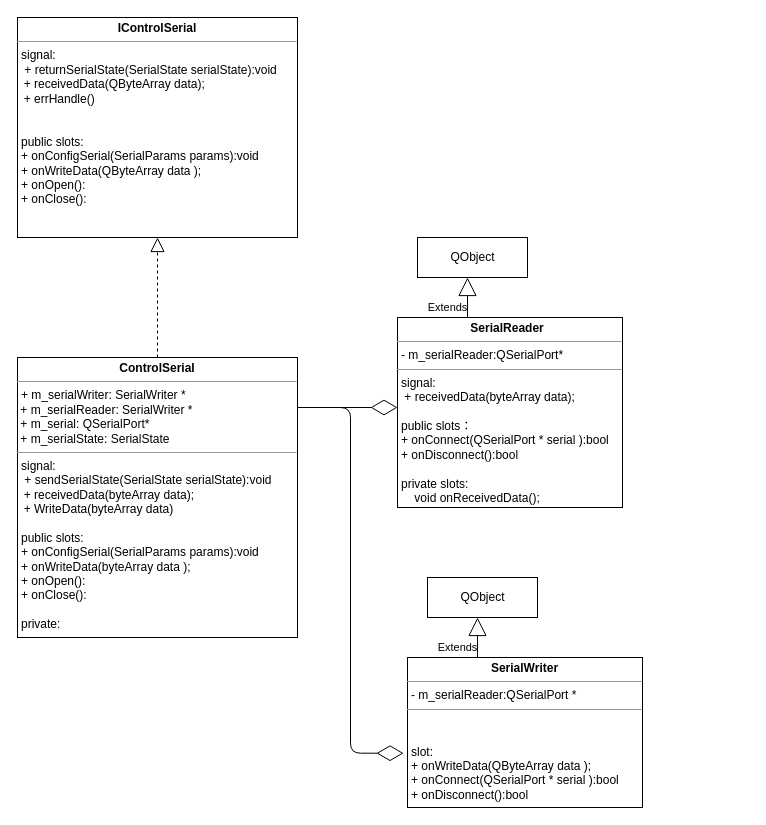
Above: uml/serial.drawio in yntense/serial (draw.io), before the change. Source tidied: cells renumbered, new cells numbered last; positions are measured from the earlier drawing's top-left corner, leaving out a move shared by most shapes. Both pictures are drawn from the tidied source at 100%, with x=0, y=0 at pixel (17, 17).
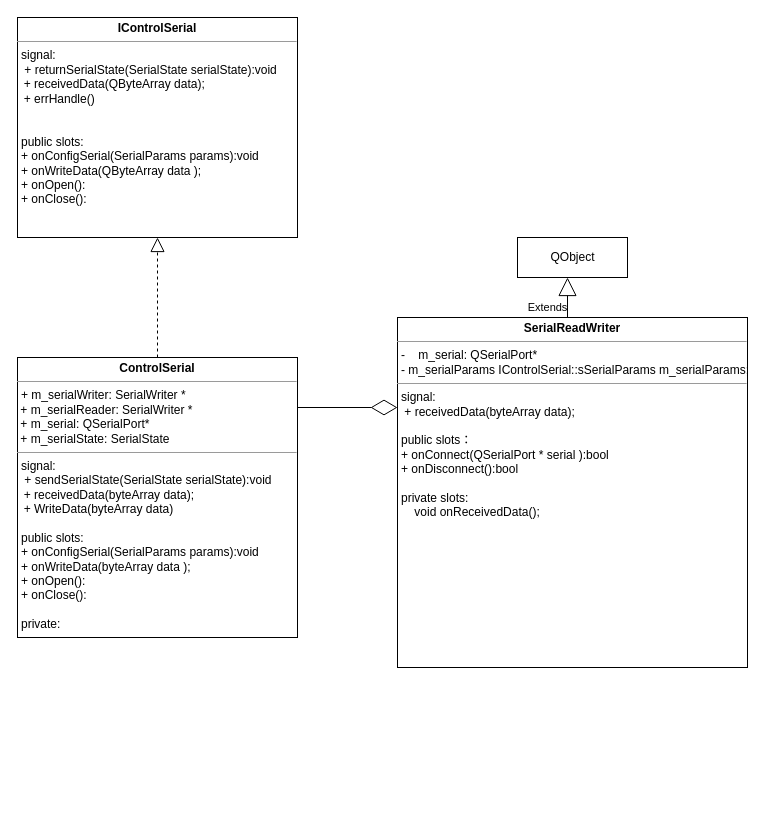
The same page after the edit.

What changed in the source:
```diff
@@
 <mxGraphModel>
   <root>
     <mxCell id="0" />
     <mxCell id="1" parent="0" />
-    <mxCell id="2" value="&lt;p style=&quot;margin: 0px ; margin-top: 4px ; text-align: center&quot;&gt;&lt;b&gt;SerialWriter&lt;/b&gt;&lt;br&gt;&lt;/p&gt;&lt;hr size=&quot;1&quot;&gt;&lt;p style=&quot;margin: 0px ; margin-left: 4px&quot;&gt;- m_serialReader:QSerialPort *&amp;nbsp;&lt;/p&gt;&lt;hr size=&quot;1&quot;&gt;&lt;p style=&quot;margin: 0px ; margin-left: 4px&quot;&gt;&lt;br&gt;&lt;/p&gt;&lt;p style=&quot;margin: 0px ; margin-left: 4px&quot;&gt;&lt;br&gt;&lt;/p&gt;&lt;p style=&quot;margin: 0px 0px 0px 4px&quot;&gt;slot:&lt;/p&gt;&lt;p style=&quot;margin: 0px 0px 0px 4px&quot;&gt;+ onWriteData(QByteArray data&amp;nbsp;&lt;span&gt;);&lt;/span&gt;&lt;/p&gt;&lt;p style=&quot;margin: 0px 0px 0px 4px&quot;&gt;+ onConnect(QSerialPort * serial&amp;nbsp;):bool&lt;/p&gt;&lt;p style=&quot;margin: 0px 0px 0px 4px&quot;&gt;+ onDisconnect():bool&lt;/p&gt;" style="verticalAlign=top;align=left;overflow=fill;fontSize=12;fontFamily=Helvetica;html=1;" parent="1" vertex="1">
-      <mxGeometry x="390" y="640" width="235" height="150" as="geometry" />
-    </mxCell>
-    <mxCell id="3" value="Extends" style="endArrow=block;endSize=16;endFill=0;html=1;" parent="1" edge="1">
-      <mxGeometry x="-0.5" y="20" relative="1" as="geometry">
-        <mxPoint x="460" y="640" as="sourcePoint" />
-        <mxPoint x="460" y="600" as="targetPoint" />
-      </mxGeometry>
-    </mxCell>
-    <mxCell id="4" value="QObject" style="html=1;" parent="1" vertex="1">
-      <mxGeometry x="410" y="560" width="110" height="40" as="geometry" />
-    </mxCell>
     <mxCell id="5" value="&lt;p style=&quot;margin: 0px ; margin-top: 4px ; text-align: center&quot;&gt;&lt;b&gt;IControlSerial&lt;/b&gt;&lt;/p&gt;&lt;hr size=&quot;1&quot;&gt;&lt;p style=&quot;margin: 0px ; margin-left: 4px&quot;&gt;&lt;/p&gt;&lt;p style=&quot;margin: 0px ; margin-left: 4px&quot;&gt;signal:&lt;/p&gt;&lt;p style=&quot;margin: 0px ; margin-left: 4px&quot;&gt;&amp;nbsp;+ returnSerialState(SerialState serialState):void&lt;/p&gt;&amp;nbsp; + receivedData(QByteArray data);&lt;br&gt;&amp;nbsp; + errHandle()&lt;br&gt;&lt;br&gt;&lt;p style=&quot;margin: 0px ; margin-left: 4px&quot;&gt;&lt;br&gt;&lt;/p&gt;&lt;p style=&quot;margin: 0px ; margin-left: 4px&quot;&gt;public slots:&lt;/p&gt;&lt;p style=&quot;margin: 0px ; margin-left: 4px&quot;&gt;+ onConfigSerial(SerialParams params):void&lt;/p&gt;&lt;p style=&quot;margin: 0px ; margin-left: 4px&quot;&gt;+ onWriteData(QByteArray data&amp;nbsp;);&lt;br&gt;&lt;/p&gt;&lt;p style=&quot;margin: 0px ; margin-left: 4px&quot;&gt;+ onOpen():&lt;/p&gt;&lt;p style=&quot;margin: 0px ; margin-left: 4px&quot;&gt;+ onClose():&lt;/p&gt;&lt;p style=&quot;margin: 0px ; margin-left: 4px&quot;&gt;&lt;br&gt;&lt;/p&gt;&lt;p style=&quot;margin: 0px ; margin-left: 4px&quot;&gt;&lt;br&gt;&lt;/p&gt;" style="verticalAlign=top;align=left;overflow=fill;fontSize=12;fontFamily=Helvetica;html=1;" parent="1" vertex="1">
       <mxGeometry width="280" height="220" as="geometry" />
     </mxCell>
-    <mxCell id="6" value="&lt;p style=&quot;margin: 0px ; margin-top: 4px ; text-align: center&quot;&gt;&lt;/p&gt;&lt;b style=&quot;text-align: center&quot;&gt;&amp;nbsp; &amp;nbsp; &amp;nbsp; &amp;nbsp; &amp;nbsp; &amp;nbsp; &amp;nbsp; &amp;nbsp; &amp;nbsp; &amp;nbsp; &amp;nbsp; SerialReader&lt;/b&gt;&lt;hr size=&quot;1&quot;&gt;&lt;p style=&quot;margin: 0px ; margin-left: 4px&quot;&gt;- m_serialReader:QSerialPort*&amp;nbsp;&lt;/p&gt;&lt;hr size=&quot;1&quot;&gt;&lt;p style=&quot;margin: 0px ; margin-left: 4px&quot;&gt;signal:&lt;/p&gt;&lt;p style=&quot;margin: 0px ; margin-left: 4px&quot;&gt;&amp;nbsp;+ receivedData(byteArray data);&lt;/p&gt;&lt;p style=&quot;margin: 0px ; margin-left: 4px&quot;&gt;&lt;br&gt;&lt;/p&gt;&lt;p style=&quot;margin: 0px ; margin-left: 4px&quot;&gt;public slots：&lt;/p&gt;&lt;p style=&quot;margin: 0px ; margin-left: 4px&quot;&gt;+ onConnect(QSerialPort * serial&amp;nbsp;&lt;span&gt;):bool&lt;/span&gt;&lt;/p&gt;&lt;p style=&quot;margin: 0px ; margin-left: 4px&quot;&gt;+ onDisconnect():bool&lt;/p&gt;&lt;p style=&quot;margin: 0px ; margin-left: 4px&quot;&gt;&lt;br&gt;&lt;/p&gt;&lt;p style=&quot;margin: 0px ; margin-left: 4px&quot;&gt;private slots:&lt;/p&gt;&lt;p style=&quot;margin: 0px ; margin-left: 4px&quot;&gt;&amp;nbsp; &amp;nbsp; void onReceivedData();&lt;/p&gt;&lt;p style=&quot;margin: 0px ; margin-left: 4px&quot;&gt;&lt;br&gt;&lt;/p&gt;" style="verticalAlign=top;align=left;overflow=fill;fontSize=12;fontFamily=Helvetica;html=1;" parent="1" vertex="1">
-      <mxGeometry x="380" y="300" width="225" height="190" as="geometry" />
+    <mxCell id="6" value="&lt;p style=&quot;margin: 0px ; margin-top: 4px ; text-align: center&quot;&gt;&lt;/p&gt;&lt;b&gt;&lt;div style=&quot;text-align: center&quot;&gt;&lt;b&gt;SerialReadWriter&lt;/b&gt;&lt;/div&gt;&lt;/b&gt;&lt;hr size=&quot;1&quot; style=&quot;text-align: center&quot;&gt;&lt;p style=&quot;margin: 0px 0px 0px 4px&quot;&gt;-&amp;nbsp;&lt;span&gt;&amp;nbsp; &amp;nbsp;m_serial: QSerialPort*&amp;nbsp;&lt;/span&gt;&lt;/p&gt;&lt;p style=&quot;margin: 0px ; margin-left: 4px&quot;&gt;- m_serialParams IControlSerial::sSerialParams m_serialParams;&lt;/p&gt;&lt;hr size=&quot;1&quot;&gt;&lt;p style=&quot;margin: 0px ; margin-left: 4px&quot;&gt;signal:&lt;/p&gt;&lt;p style=&quot;margin: 0px ; margin-left: 4px&quot;&gt;&amp;nbsp;+ receivedData(byteArray data);&lt;/p&gt;&lt;p style=&quot;margin: 0px ; margin-left: 4px&quot;&gt;&lt;br&gt;&lt;/p&gt;&lt;p style=&quot;margin: 0px ; margin-left: 4px&quot;&gt;public slots：&lt;/p&gt;&lt;p style=&quot;margin: 0px ; margin-left: 4px&quot;&gt;+ onConnect(QSerialPort * serial&amp;nbsp;&lt;span&gt;):bool&lt;/span&gt;&lt;/p&gt;&lt;p style=&quot;margin: 0px ; margin-left: 4px&quot;&gt;+ onDisconnect():bool&lt;/p&gt;&lt;p style=&quot;margin: 0px ; margin-left: 4px&quot;&gt;&lt;br&gt;&lt;/p&gt;&lt;p style=&quot;margin: 0px ; margin-left: 4px&quot;&gt;private slots:&lt;/p&gt;&lt;p style=&quot;margin: 0px ; margin-left: 4px&quot;&gt;&amp;nbsp; &amp;nbsp; void onReceivedData();&lt;/p&gt;&lt;p style=&quot;margin: 0px ; margin-left: 4px&quot;&gt;&lt;br&gt;&lt;/p&gt;" style="verticalAlign=top;align=left;overflow=fill;fontSize=12;fontFamily=Helvetica;html=1;" parent="1" vertex="1">
+      <mxGeometry x="380" y="300" width="350" height="350" as="geometry" />
     </mxCell>
     <mxCell id="7" value="Extends" style="endArrow=block;endSize=16;endFill=0;html=1;" parent="1" edge="1">
       <mxGeometry x="-0.5" y="20" relative="1" as="geometry">
-        <mxPoint x="450" y="300" as="sourcePoint" />
-        <mxPoint x="450" y="260" as="targetPoint" />
+        <mxPoint x="550" y="300" as="sourcePoint" />
+        <mxPoint x="550" y="260" as="targetPoint" />
       </mxGeometry>
     </mxCell>
     <mxCell id="8" value="QObject" style="html=1;" parent="1" vertex="1">
-      <mxGeometry x="400" y="220" width="110" height="40" as="geometry" />
+      <mxGeometry x="500" y="220" width="110" height="40" as="geometry" />
     </mxCell>
     <mxCell id="9" value="&lt;p style=&quot;margin: 0px ; margin-top: 4px ; text-align: center&quot;&gt;&lt;b&gt;ControlSerial&lt;/b&gt;&lt;/p&gt;&lt;hr size=&quot;1&quot;&gt;&lt;p style=&quot;margin: 0px ; margin-left: 4px&quot;&gt;+ m_serialWriter: SerialWriter *&lt;/p&gt;&amp;nbsp;+ m_serialReader: SerialWriter *&lt;br&gt;&amp;nbsp;+ m_serial: QSerialPort*&lt;br&gt;&amp;nbsp;+ m_serialState: SerialState&lt;br&gt;&lt;hr size=&quot;1&quot;&gt;&lt;p style=&quot;margin: 0px ; margin-left: 4px&quot;&gt;signal:&lt;/p&gt;&lt;p style=&quot;margin: 0px ; margin-left: 4px&quot;&gt;&amp;nbsp;+ sendSerialState(SerialState serialState):void&lt;/p&gt;&amp;nbsp; + receivedData(byteArray data);&lt;br&gt;&amp;nbsp; + WriteData(byteArray data)&lt;br&gt;&lt;p style=&quot;margin: 0px ; margin-left: 4px&quot;&gt;&lt;br&gt;&lt;/p&gt;&lt;p style=&quot;margin: 0px ; margin-left: 4px&quot;&gt;public slots:&lt;/p&gt;&lt;p style=&quot;margin: 0px ; margin-left: 4px&quot;&gt;+ onConfigSerial(SerialParams params):void&lt;/p&gt;&lt;p style=&quot;margin: 0px ; margin-left: 4px&quot;&gt;+ onWriteData(byteArray data&amp;nbsp;);&lt;br&gt;&lt;/p&gt;&lt;p style=&quot;margin: 0px ; margin-left: 4px&quot;&gt;+ onOpen():&lt;/p&gt;&lt;p style=&quot;margin: 0px ; margin-left: 4px&quot;&gt;+ onClose():&lt;br&gt;&lt;/p&gt;&lt;p style=&quot;margin: 0px ; margin-left: 4px&quot;&gt;&lt;br&gt;&lt;/p&gt;&lt;p style=&quot;margin: 0px ; margin-left: 4px&quot;&gt;private:&lt;/p&gt;&lt;p style=&quot;margin: 0px ; margin-left: 4px&quot;&gt;&lt;br&gt;&lt;/p&gt;&lt;p style=&quot;margin: 0px ; margin-left: 4px&quot;&gt;&lt;br&gt;&lt;/p&gt;" style="verticalAlign=top;align=left;overflow=fill;fontSize=12;fontFamily=Helvetica;html=1;" parent="1" vertex="1">
       <mxGeometry y="340" width="280" height="280" as="geometry" />
     </mxCell>
     <mxCell id="10" style="endArrow=block;dashed=1;endFill=0;endSize=12;html=1;entryX=0.5;entryY=1;entryDx=0;entryDy=0;exitX=0.5;exitY=0;exitDx=0;exitDy=0;" parent="1" edge="1" source="9" target="5">
       <mxGeometry relative="1" as="geometry" />
     </mxCell>
     <mxCell id="11" style="endArrow=diamondThin;endFill=0;endSize=24;html=1;" parent="1" edge="1">
       <mxGeometry relative="1" as="geometry">
         <mxPoint x="280" y="390" as="sourcePoint" />
         <mxPoint x="380" y="390" as="targetPoint" />
       </mxGeometry>
     </mxCell>
-    <mxCell id="12" style="endArrow=diamondThin;endFill=0;endSize=24;html=1;entryX=-0.017;entryY=0.638;entryDx=0;entryDy=0;entryPerimeter=0;edgeStyle=elbowEdgeStyle;" parent="1" edge="1" target="2">
-      <mxGeometry relative="1" as="geometry">
-        <mxPoint x="280" y="390" as="sourcePoint" />
-      </mxGeometry>
-    </mxCell>
   </root>
 </mxGraphModel>
```
